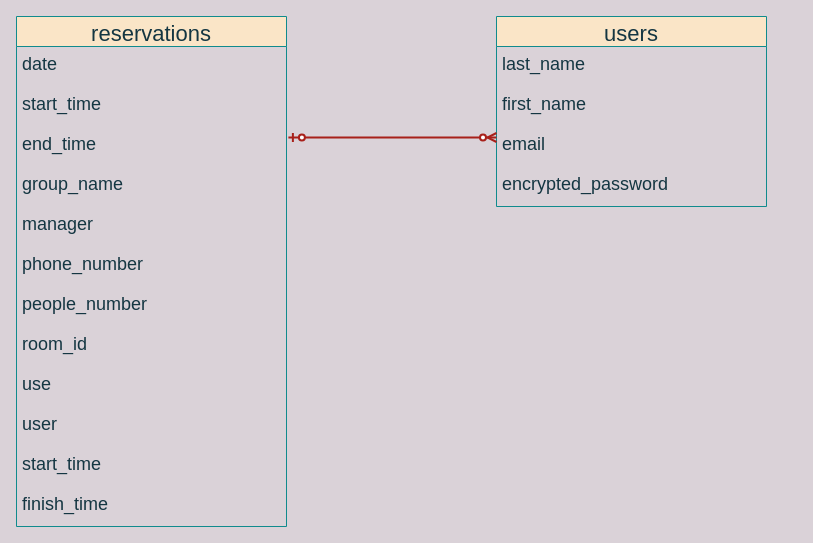
Before: gjden.dio in rieco-y/gjden, a draw.io diagram. Source tidied: cells renumbered, new cells numbered last; positions are measured from the earlier drawing's top-left corner, leaving out a move shared by most shapes. Both pictures are drawn from the tidied source at 100%, with x=0, y=0 at pixel (16, 16).
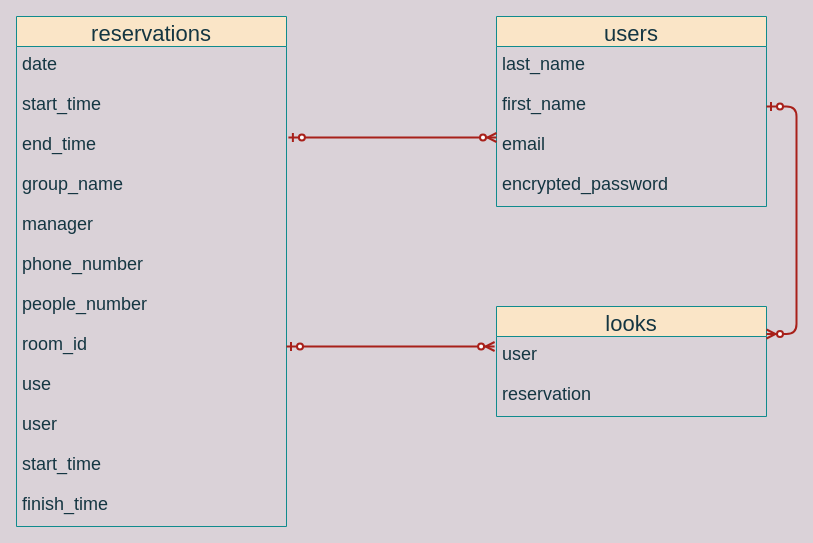
The same diagram, later.

Commit message (it also covers changes not shown here):
README,ER図にlooksテーブルを追加

The change refers to these unchanged cells:
```xml
<mxCell id="4" value="first_name" style="text;strokeColor=none;fillColor=none;spacingLeft=4;spacingRight=4;overflow=hidden;points=[[0,0.5],[1,0.5]];portConstraint=eastwest;fontSize=18;fontColor=#143642;" parent="2" vertex="1">
  <mxGeometry y="70" width="270" height="40" as="geometry" />
</mxCell>
```

What changed in the source:
```diff
@@
+    <mxCell id="21" value="looks" style="swimlane;fontStyle=0;horizontal=1;startSize=30;align=center;fontSize=22;fillColor=#FAE5C7;strokeColor=#0F8B8D;fontColor=#143642;spacing=4;glass=0;" parent="1" vertex="1">
+      <mxGeometry x="480" y="290" width="270" height="110" as="geometry" />
+    </mxCell>
+    <mxCell id="22" value="user" style="text;strokeColor=none;fillColor=none;spacingLeft=4;spacingRight=4;overflow=hidden;fontSize=18;fontColor=#143642;" parent="21" vertex="1">
+      <mxGeometry y="30" width="270" height="40" as="geometry" />
+    </mxCell>
+    <mxCell id="23" value="reservation" style="text;strokeColor=none;fillColor=none;spacingLeft=4;spacingRight=4;overflow=hidden;fontSize=18;fontColor=#143642;" parent="21" vertex="1">
+      <mxGeometry y="70" width="270" height="40" as="geometry" />
+    </mxCell>
+    <mxCell id="24" style="edgeStyle=entityRelationEdgeStyle;fontSize=12;html=1;endArrow=ERzeroToMany;startArrow=ERzeroToOne;fontColor=#143642;strokeColor=#A8201A;fillColor=#FAE5C7;exitX=1.007;exitY=0.275;exitDx=0;exitDy=0;exitPerimeter=0;jumpSize=6;strokeWidth=2;targetPerimeterSpacing=3;" parent="1" edge="1">
+      <mxGeometry relative="1" as="geometry">
+        <mxPoint x="270" y="330" as="sourcePoint" />
+        <mxPoint x="478.1" y="330" as="targetPoint" />
+      </mxGeometry>
+    </mxCell>
+    <mxCell id="25" style="edgeStyle=entityRelationEdgeStyle;fontSize=12;html=1;endArrow=ERzeroToMany;startArrow=ERzeroToOne;fontColor=#143642;strokeColor=#A8201A;fillColor=#FAE5C7;exitX=1;exitY=0.5;exitDx=0;exitDy=0;jumpSize=6;strokeWidth=2;targetPerimeterSpacing=3;entryX=1;entryY=0.25;entryDx=0;entryDy=0;" parent="1" edge="1" source="4" target="21">
+      <mxGeometry relative="1" as="geometry" />
+    </mxCell>
```
